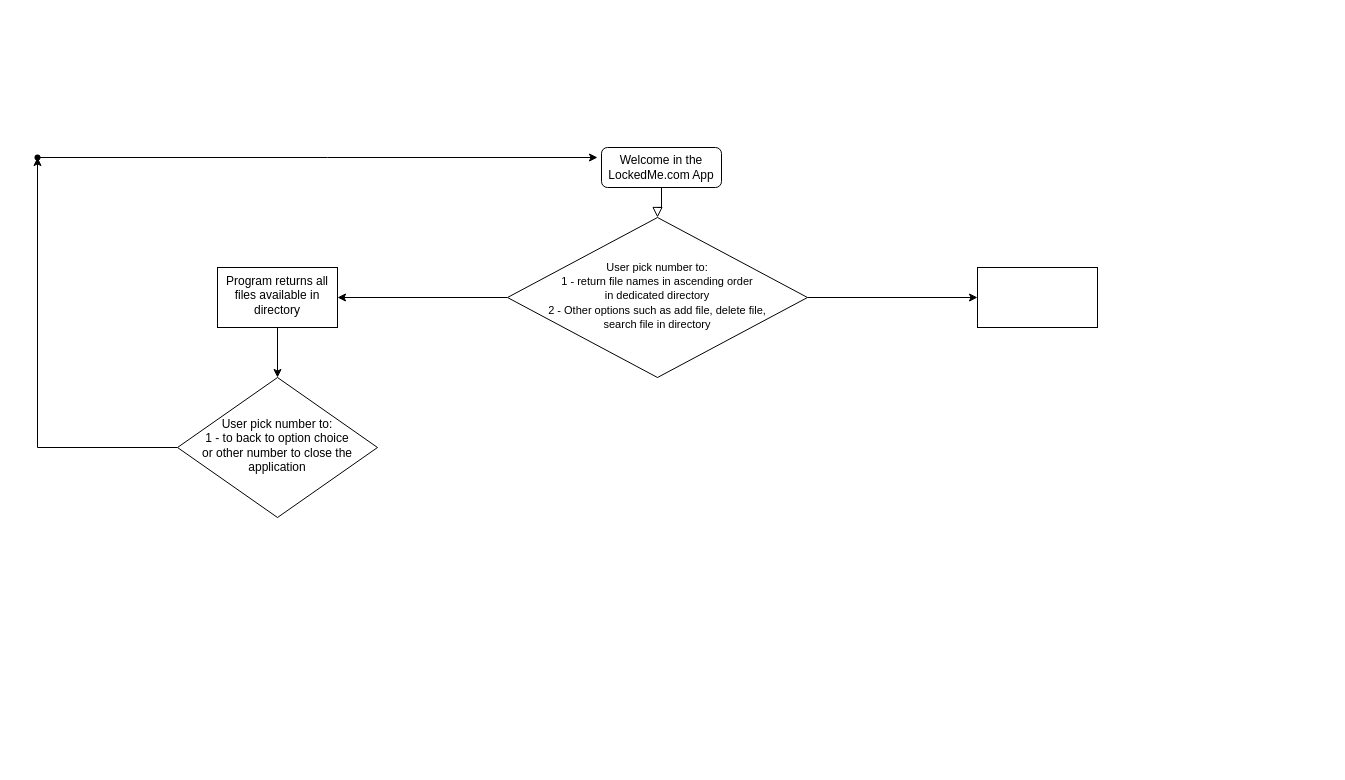
Before: LockedMe.com/Files/Untitled Diagram.drawio in MasterBLINNN/SL_ProjectPhase1, a draw.io diagram. Source tidied: cells renumbered, new cells numbered last; positions are measured from the earlier drawing's top-left corner, leaving out a move shared by most shapes. Both pictures are drawn from the tidied source at 100%, with x=0, y=0 at pixel (17, 137).
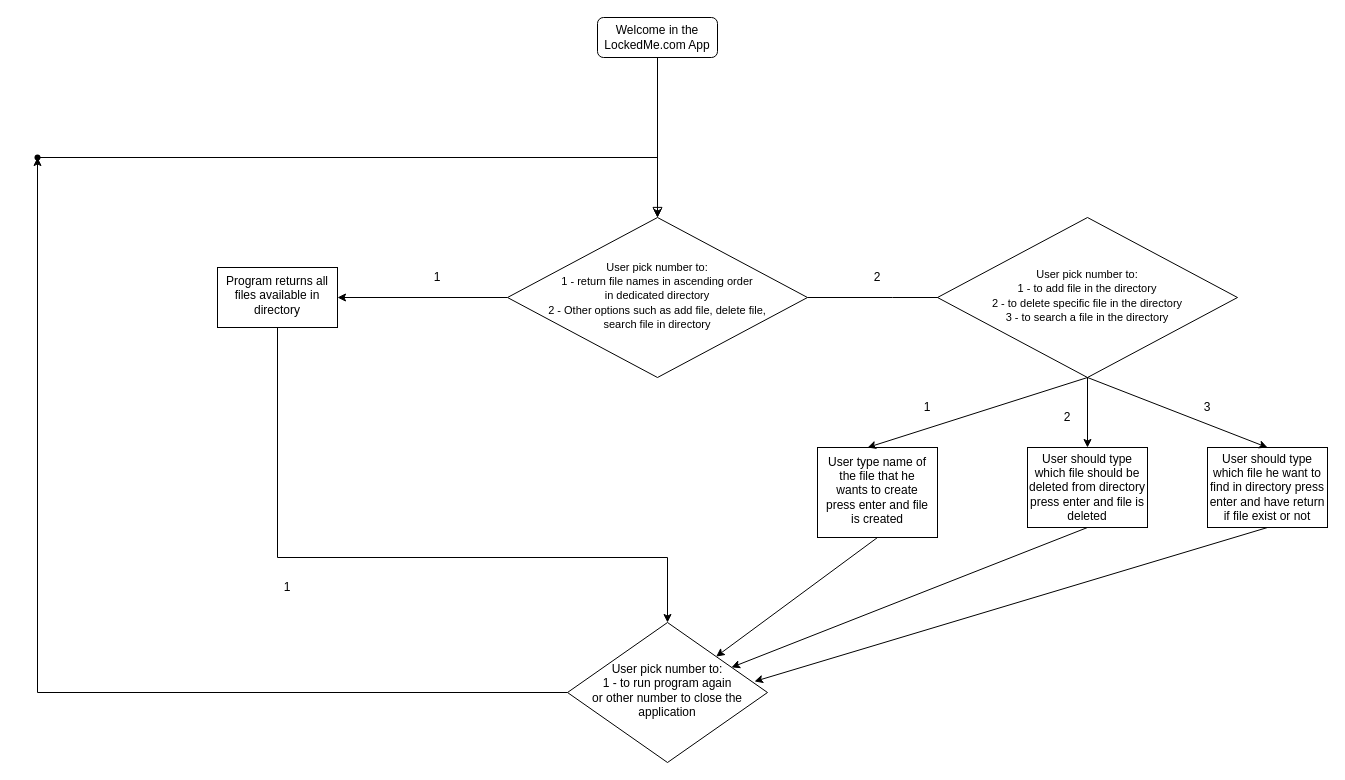
The same diagram, later.

Unchanged cells that the change refers to:
```xml
<mxCell id="6" value="&lt;font style=&quot;font-size: 11px&quot;&gt;User pick number to:&lt;br&gt;1 - return file names in ascending order &lt;br&gt;in dedicated directory&lt;br&gt;2 - Other options such as add file, delete file, &lt;br&gt;search file in directory&lt;/font&gt;" style="rhombus;whiteSpace=wrap;html=1;shadow=0;fontFamily=Helvetica;fontSize=12;align=center;strokeWidth=1;spacing=6;spacingTop=-4;" parent="1" vertex="1">
  <mxGeometry x="490" y="80" width="300" height="160" as="geometry" />
</mxCell>
<mxCell id="9" value="Program returns all files available in directory" style="whiteSpace=wrap;html=1;shadow=0;strokeWidth=1;spacing=6;spacingTop=-4;" parent="1" vertex="1">
  <mxGeometry x="200" y="130" width="120" height="60" as="geometry" />
</mxCell>
<mxCell id="13" style="shape=waypoint;size=6;points=[[0.5,0.5,0]];fillColor=#ffffff;snapToPoint=1;shadow=0;strokeWidth=1;spacing=6;spacingTop=-4;" parent="1" vertex="1">
  <mxGeometry width="40" height="40" as="geometry" />
</mxCell>
```

Change to the diagram source:
```diff
@@
     <mxCell id="3" value="Welcome in the LockedMe.com App" style="rounded=1;whiteSpace=wrap;html=1;fontSize=12;glass=0;strokeWidth=1;shadow=0;" parent="1" vertex="1">
-      <mxGeometry x="584" y="10" width="120" height="40" as="geometry" />
+      <mxGeometry x="580" y="-120" width="120" height="40" as="geometry" />
     </mxCell>
-    <mxCell id="4" style="edgeStyle=orthogonalEdgeStyle;rounded=0;jettySize=auto;html=1;" parent="1" edge="1" source="6" target="7">
-      <mxGeometry relative="1" as="geometry" />
+    <mxCell id="4" style="edgeStyle=orthogonalEdgeStyle;rounded=0;jettySize=auto;html=1;" parent="1" edge="1" source="6">
+      <mxGeometry relative="1" as="geometry">
+        <mxPoint x="960" y="160" as="targetPoint" />
+      </mxGeometry>
     </mxCell>
@@
-    <mxCell id="7" style="whiteSpace=wrap;html=1;shadow=0;strokeWidth=1;spacing=6;spacingTop=-4;" parent="1" vertex="1">
-      <mxGeometry x="960" y="130" width="120" height="60" as="geometry" />
-    </mxCell>
     <mxCell id="8" style="edgeStyle=orthogonalEdgeStyle;rounded=0;jettySize=auto;html=1;" parent="1" edge="1" source="9" target="11">
-      <mxGeometry relative="1" as="geometry" />
+      <mxGeometry relative="1" as="geometry">
+        <Array as="points">
+          <mxPoint x="260" y="420" />
+          <mxPoint x="650" y="420" />
+        </Array>
+      </mxGeometry>
     </mxCell>
@@
-    <mxCell id="11" value="User pick number to:&lt;br&gt;1 - to back to option choice&lt;br&gt;or other number to&amp;nbsp;close the application" style="rhombus;whiteSpace=wrap;html=1;shadow=0;strokeWidth=1;spacing=6;spacingTop=-4;" parent="1" vertex="1">
-      <mxGeometry x="160" y="240" width="200" height="140" as="geometry" />
+    <mxCell id="11" value="User pick number to:&lt;br&gt;1 - to run program again&lt;br&gt;or other number to&amp;nbsp;close the application" style="rhombus;whiteSpace=wrap;html=1;shadow=0;strokeWidth=1;spacing=6;spacingTop=-4;" parent="1" vertex="1">
+      <mxGeometry x="550" y="485" width="200" height="140" as="geometry" />
     </mxCell>
-    <mxCell id="12" style="edgeStyle=orthogonalEdgeStyle;rounded=0;jettySize=auto;html=1;" parent="1" edge="1" source="13">
+    <mxCell id="12" style="edgeStyle=orthogonalEdgeStyle;rounded=0;jettySize=auto;html=1;entryX=0.5;entryY=0;entryDx=0;entryDy=0;" parent="1" edge="1" source="13" target="6">
       <mxGeometry relative="1" as="geometry">
-        <mxPoint x="580" y="20" as="targetPoint" />
+        <Array as="points">
+          <mxPoint x="640" y="20" />
+        </Array>
       </mxGeometry>
     </mxCell>
@@
+    <mxCell id="14" value="1" style="text;html=1;strokeColor=none;fillColor=none;align=center;verticalAlign=middle;whiteSpace=wrap;rounded=0;" parent="1" vertex="1">
+      <mxGeometry x="400" y="130" width="40" height="20" as="geometry" />
+    </mxCell>
+    <mxCell id="15" value="2" style="text;html=1;strokeColor=none;fillColor=none;align=center;verticalAlign=middle;whiteSpace=wrap;rounded=0;" parent="1" vertex="1">
+      <mxGeometry x="840" y="130" width="40" height="20" as="geometry" />
+    </mxCell>
+    <mxCell id="16" value="1" style="text;html=1;strokeColor=none;fillColor=none;align=center;verticalAlign=middle;whiteSpace=wrap;rounded=0;" parent="1" vertex="1">
+      <mxGeometry x="250" y="440" width="40" height="20" as="geometry" />
+    </mxCell>
+    <mxCell id="17" value="&lt;font style=&quot;font-size: 11px&quot;&gt;User pick number to:&lt;br&gt;1 - to add file in the directory&lt;br&gt;2 - to delete specific file in the directory&lt;br&gt;3 - to search a file in the directory&lt;br&gt;&lt;/font&gt;" style="rhombus;whiteSpace=wrap;html=1;shadow=0;fontFamily=Helvetica;fontSize=12;align=center;strokeWidth=1;spacing=6;spacingTop=-4;" parent="1" vertex="1">
+      <mxGeometry x="920" y="80" width="300" height="160" as="geometry" />
+    </mxCell>
+    <mxCell id="18" value="User type name of the file that he wants to create press enter and file is created" style="whiteSpace=wrap;html=1;shadow=0;strokeWidth=1;spacing=6;spacingTop=-4;" parent="1" vertex="1">
+      <mxGeometry x="800" y="310" width="120" height="90" as="geometry" />
+    </mxCell>
+    <mxCell id="19" value="1" style="text;html=1;strokeColor=none;fillColor=none;align=center;verticalAlign=middle;whiteSpace=wrap;rounded=0;" parent="1" vertex="1">
+      <mxGeometry x="890" y="260" width="40" height="20" as="geometry" />
+    </mxCell>
+    <mxCell id="20" value="User should type which file should be deleted from directory press enter and file is deleted" style="rounded=0;whiteSpace=wrap;html=1;" parent="1" vertex="1">
+      <mxGeometry x="1010" y="310" width="120" height="80" as="geometry" />
+    </mxCell>
+    <mxCell id="21" style="endArrow=classic;html=1;" parent="1" edge="1" target="20">
+      <mxGeometry relative="1" as="geometry">
+        <mxPoint x="1070" y="240" as="sourcePoint" />
+      </mxGeometry>
+    </mxCell>
+    <mxCell id="22" value="2" style="text;html=1;strokeColor=none;fillColor=none;align=center;verticalAlign=middle;whiteSpace=wrap;rounded=0;" parent="1" vertex="1">
+      <mxGeometry x="1030" y="270" width="40" height="20" as="geometry" />
+    </mxCell>
+    <mxCell id="23" value="User should type which file he want to find in directory press enter and have return if file exist or not" style="rounded=0;whiteSpace=wrap;html=1;" parent="1" vertex="1">
+      <mxGeometry x="1190" y="310" width="120" height="80" as="geometry" />
+    </mxCell>
+    <mxCell id="24" style="endArrow=classic;html=1;exitX=0.5;exitY=1;exitDx=0;exitDy=0;entryX=0.5;entryY=0;entryDx=0;entryDy=0;" parent="1" edge="1" source="17" target="23">
+      <mxGeometry relative="1" as="geometry" />
+    </mxCell>
+    <mxCell id="25" style="endArrow=classic;html=1;exitX=0.5;exitY=1;exitDx=0;exitDy=0;" parent="1" edge="1" source="17">
+      <mxGeometry relative="1" as="geometry">
+        <mxPoint x="850" y="310" as="targetPoint" />
+      </mxGeometry>
+    </mxCell>
+    <mxCell id="26" value="3" style="text;html=1;strokeColor=none;fillColor=none;align=center;verticalAlign=middle;whiteSpace=wrap;rounded=0;" parent="1" vertex="1">
+      <mxGeometry x="1170" y="260" width="40" height="20" as="geometry" />
+    </mxCell>
+    <mxCell id="27" style="endArrow=classic;html=1;exitX=0.5;exitY=1;exitDx=0;exitDy=0;" parent="1" edge="1" source="18" target="11">
+      <mxGeometry relative="1" as="geometry" />
+    </mxCell>
+    <mxCell id="28" style="endArrow=classic;html=1;exitX=0.5;exitY=1;exitDx=0;exitDy=0;" parent="1" edge="1" source="20" target="11">
+      <mxGeometry relative="1" as="geometry" />
+    </mxCell>
+    <mxCell id="29" style="endArrow=classic;html=1;exitX=0.5;exitY=1;exitDx=0;exitDy=0;entryX=0.935;entryY=0.421;entryDx=0;entryDy=0;entryPerimeter=0;" parent="1" edge="1" source="23" target="11">
+      <mxGeometry relative="1" as="geometry" />
+    </mxCell>
```
